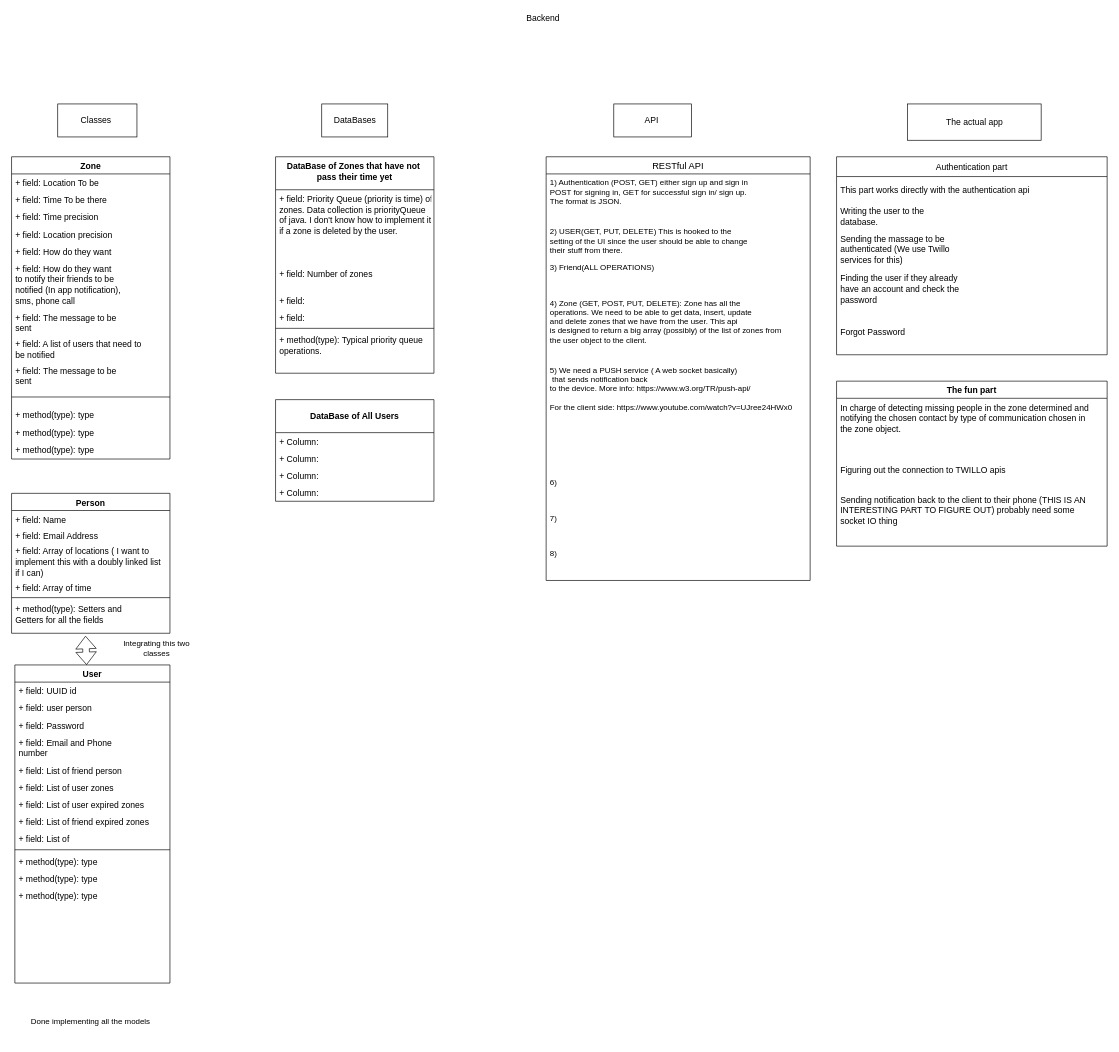
This is page "Page-1" (1 of 2) of Untitled Diagram.drawio from mosaghafian/SUREDiagrams, a draw.io file, before an edit. Source tidied: cells renumbered, new cells numbered last; positions are measured from the earlier drawing's top-left corner, leaving out a move shared by most shapes. Both pictures are drawn from the tidied source at 66%, with x=0, y=0 at pixel (11, 11).
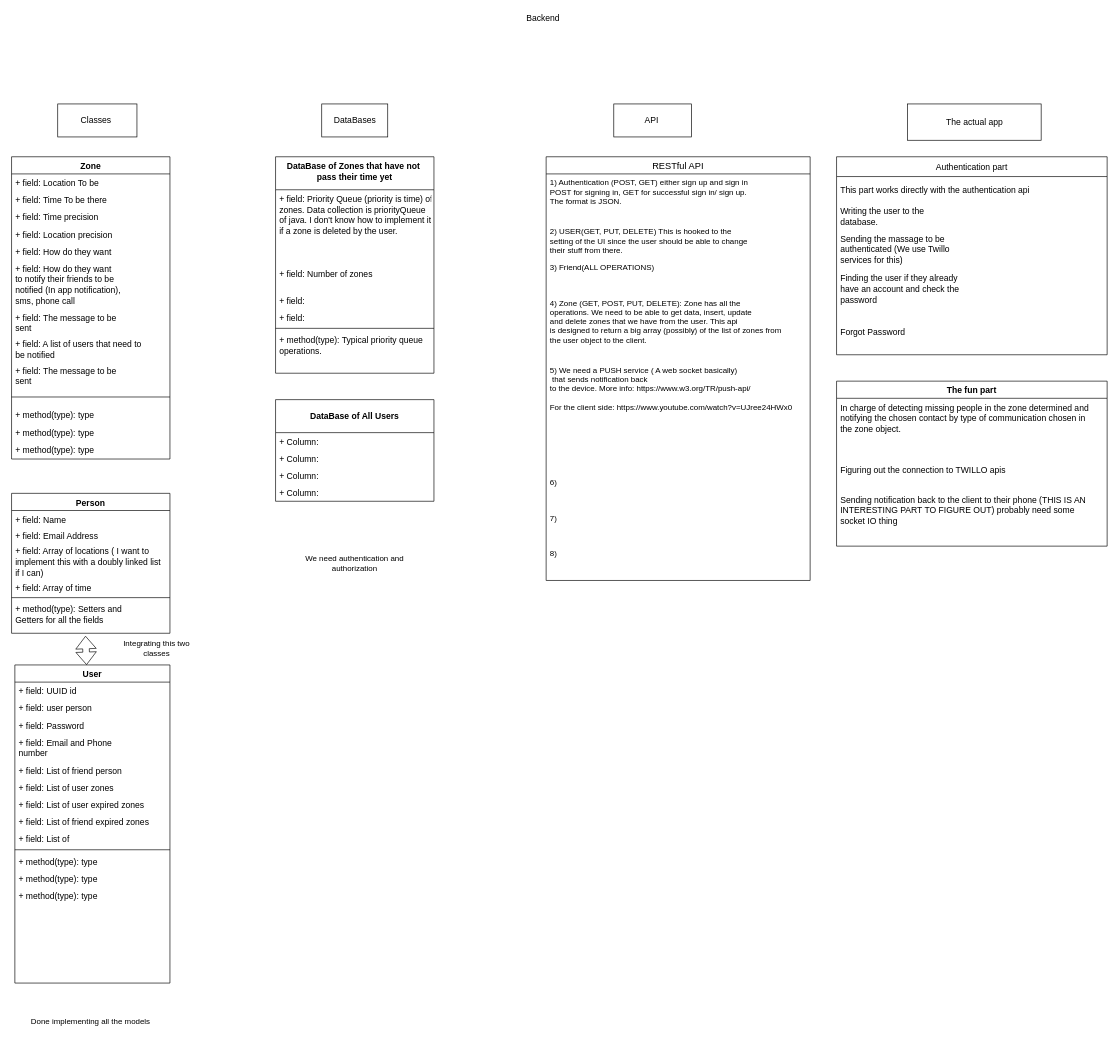
The same diagram, later.

Commit message:
Authentication and Authorization with JWT

The edit, as a diff of the source:
```diff
@@
+    <mxCell id="76" value="We need authentication and&lt;br&gt;authorization" style="text;html=1;strokeColor=none;fillColor=none;align=center;verticalAlign=middle;whiteSpace=wrap;rounded=0;" parent="1" vertex="1">
+      <mxGeometry x="400" y="771" width="240" height="129" as="geometry" />
+    </mxCell>
```
